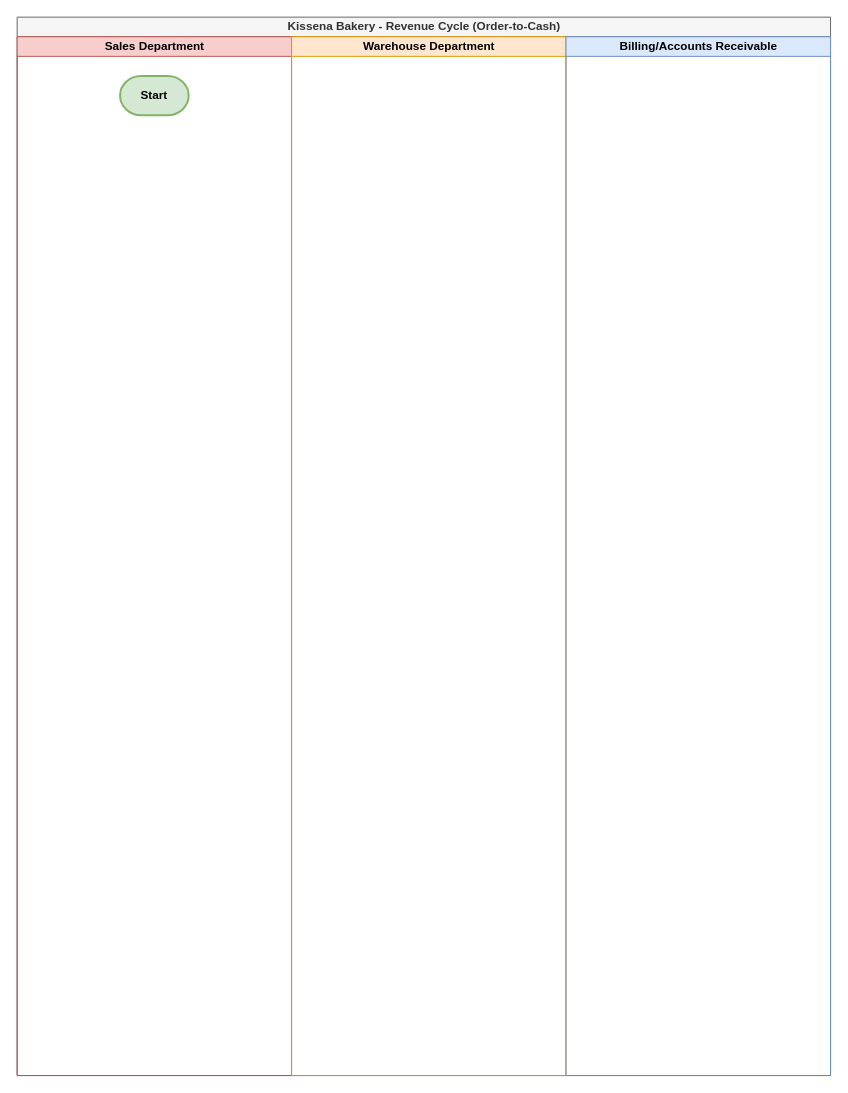
Before: Revenue_Cycle_Controls.drawio in TabeerSajjad0/drawio, a draw.io diagram. Source tidied: cells renumbered, new cells numbered last; positions are measured from the earlier drawing's top-left corner, leaving out a move shared by most shapes. Both pictures are drawn from the tidied source at 98%, with x=0, y=0 at pixel (17, 17).
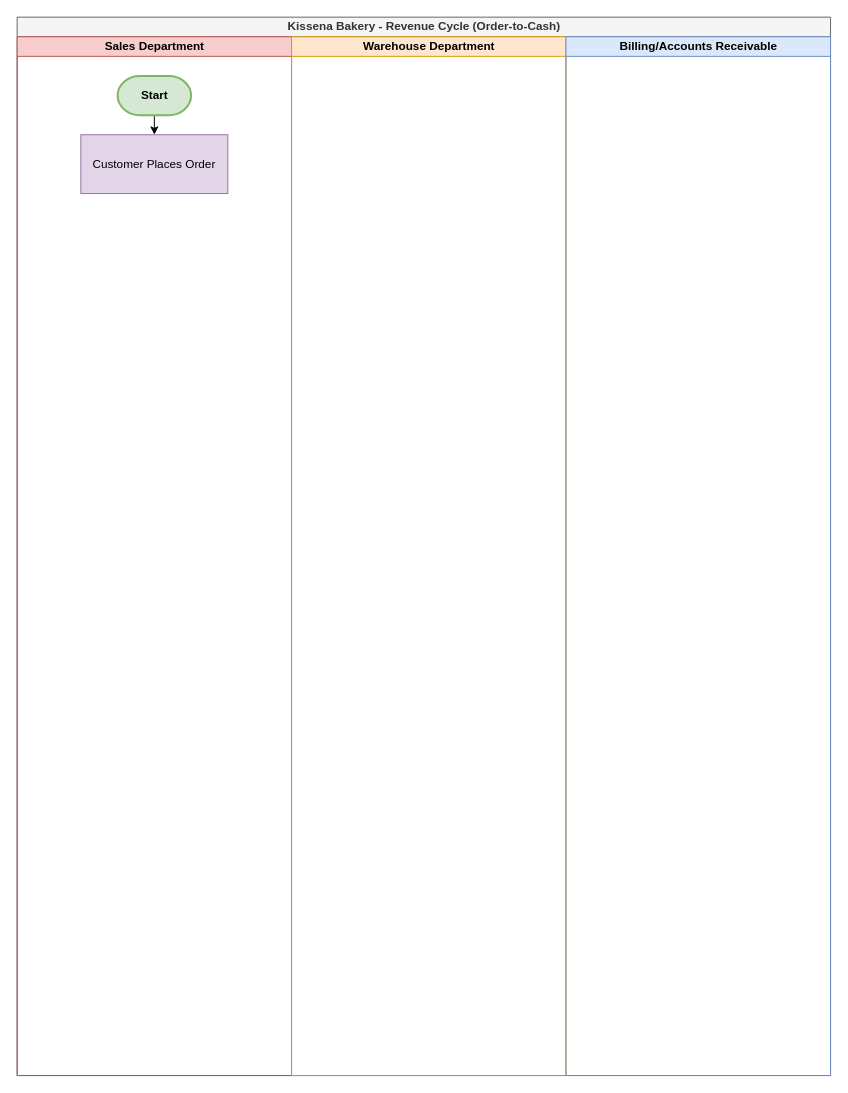
The same diagram, later.

What changed in the source:
```diff
@@
 <mxGraphModel>
   <root>
     <mxCell id="0" />
     <mxCell id="1" parent="0" />
     <mxCell id="2" value="Kissena Bakery - Revenue Cycle (Order-to-Cash)" style="swimlane;startSize=20;html=1;fillColor=#f5f5f5;fontColor=#333333;strokeColor=#666666;" parent="1" vertex="1">
       <mxGeometry width="830" height="1080" as="geometry" />
     </mxCell>
     <mxCell id="3" value="Sales Department" style="swimlane;startSize=20;html=1;fillColor=#f8cecc;strokeColor=#b85450;" parent="2" vertex="1">
       <mxGeometry y="20" width="280" height="1060" as="geometry" />
     </mxCell>
+    <mxCell id="7" style="edgeStyle=orthogonalEdgeStyle;rounded=0;jettySize=auto;html=1;exitX=0.5;exitY=1;exitDx=0;exitDy=0;exitPerimeter=0;entryX=0.5;entryY=0;entryDx=0;entryDy=0;" parent="3" edge="1" source="4" target="8">
+      <mxGeometry relative="1" as="geometry" />
+    </mxCell>
     <mxCell id="4" value="Start" style="strokeWidth=2;html=1;shape=mxgraph.flowchart.terminator;whiteSpace=wrap;fontStyle=1;fillColor=#d5e8d4;strokeColor=#82b366;" parent="3" vertex="1">
-      <mxGeometry x="105" y="40" width="70" height="40" as="geometry" />
+      <mxGeometry x="102.5" y="40" width="75" height="40" as="geometry" />
     </mxCell>
+    <mxCell id="8" value="Customer Places Order" style="rounded=0;whiteSpace=wrap;html=1;fillColor=#e1d5e7;strokeColor=#9673a6;" parent="3" vertex="1">
+      <mxGeometry x="65" y="100" width="150" height="60" as="geometry" />
+    </mxCell>
     <mxCell id="5" value="Warehouse Department" style="swimlane;startSize=20;html=1;fillColor=#ffe6cc;strokeColor=#d79b00;" parent="2" vertex="1">
       <mxGeometry x="280" y="20" width="280" height="1060" as="geometry" />
     </mxCell>
     <mxCell id="6" value="Billing/Accounts Receivable" style="swimlane;startSize=20;html=1;fillColor=#dae8fc;strokeColor=#6c8ebf;" parent="2" vertex="1">
       <mxGeometry x="560" y="20" width="270" height="1060" as="geometry" />
     </mxCell>
   </root>
 </mxGraphModel>
```
